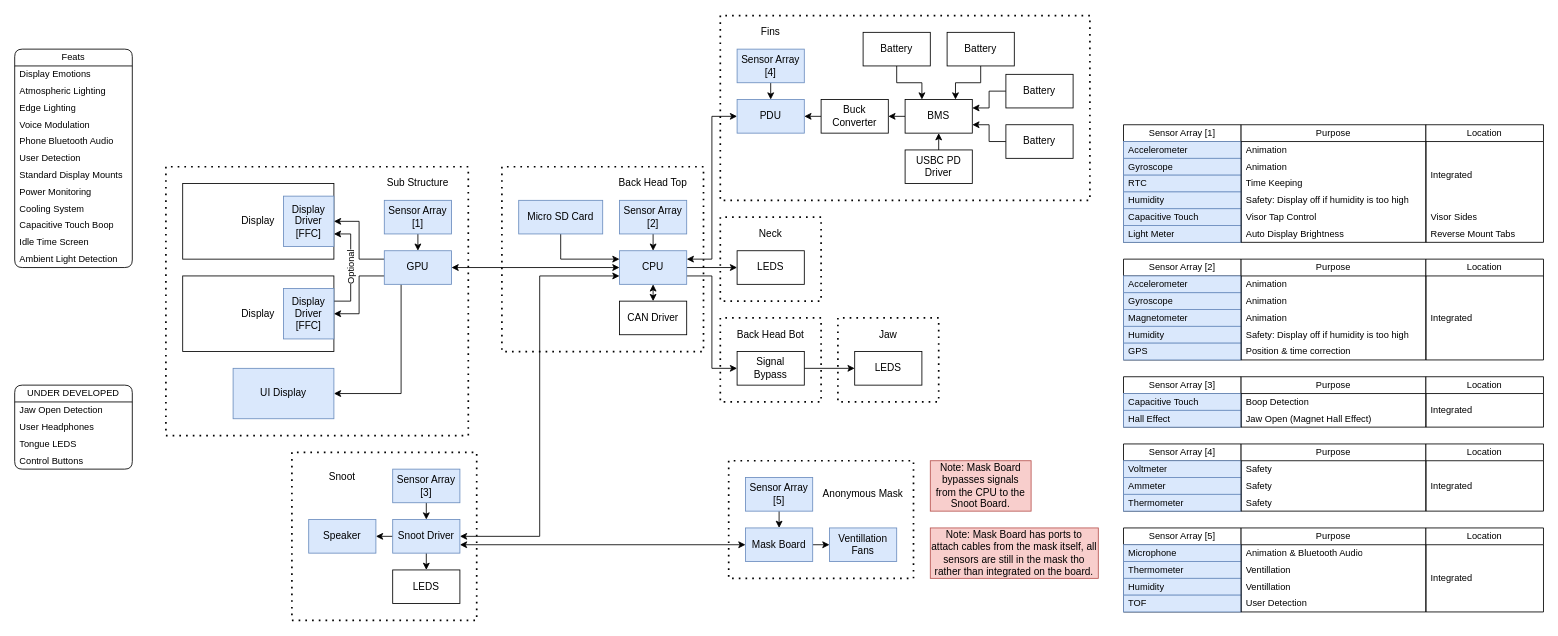
This is page "Overview" (1 of 3) of Documents/Electronics.drawio from XCR1793/Synth-Head, a draw.io file, before an edit. Source tidied: cells renumbered, new cells numbered last; positions are measured from the earlier drawing's top-left corner, leaving out a move shared by most shapes. Both pictures are drawn from the tidied source at 84%, with x=0, y=0 at pixel (14, 15).
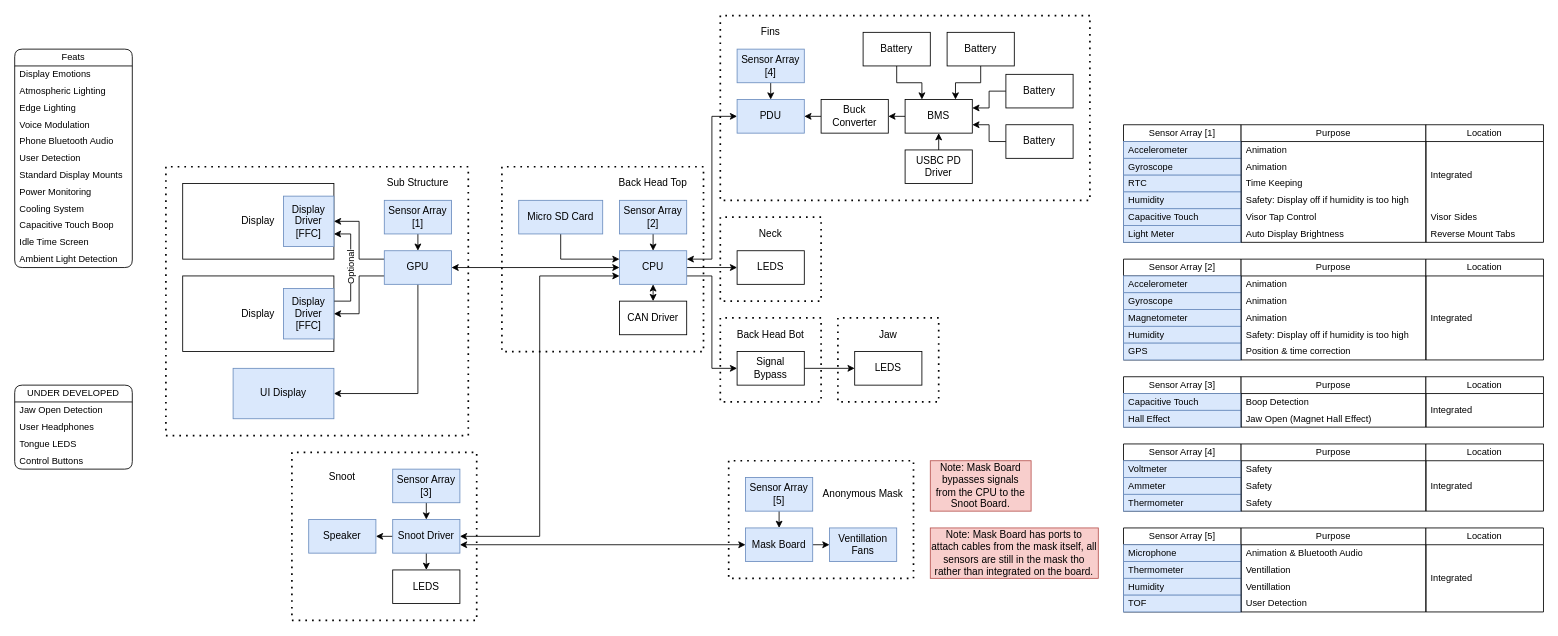
The same diagram, later.

The change refers to these unchanged cells:
```xml
<mxCell id="23" value="GPU" style="rounded=0;whiteSpace=wrap;html=1;fillColor=#dae8fc;strokeColor=#6c8ebf;" parent="1" vertex="1">
  <mxGeometry x="440" y="280" width="80" height="40" as="geometry" />
</mxCell>
<mxCell id="68" value="UI Display" style="rounded=0;whiteSpace=wrap;html=1;fillColor=#dae8fc;strokeColor=#6c8ebf;" parent="1" vertex="1">
  <mxGeometry x="260" y="420" width="120" height="60" as="geometry" />
</mxCell>
```

What changed in the source:
```diff
@@
-    <mxCell id="21" style="edgeStyle=orthogonalEdgeStyle;rounded=0;jettySize=auto;html=1;exitX=0.25;exitY=1;exitDx=0;exitDy=0;entryX=1;entryY=0.5;entryDx=0;entryDy=0;" parent="1" edge="1" source="23" target="68">
+    <mxCell id="21" style="edgeStyle=orthogonalEdgeStyle;rounded=0;jettySize=auto;html=1;exitX=0.5;exitY=1;exitDx=0;exitDy=0;entryX=1;entryY=0.5;entryDx=0;entryDy=0;" parent="1" edge="1" source="23" target="68">
       <mxGeometry relative="1" as="geometry" />
     </mxCell>
```
